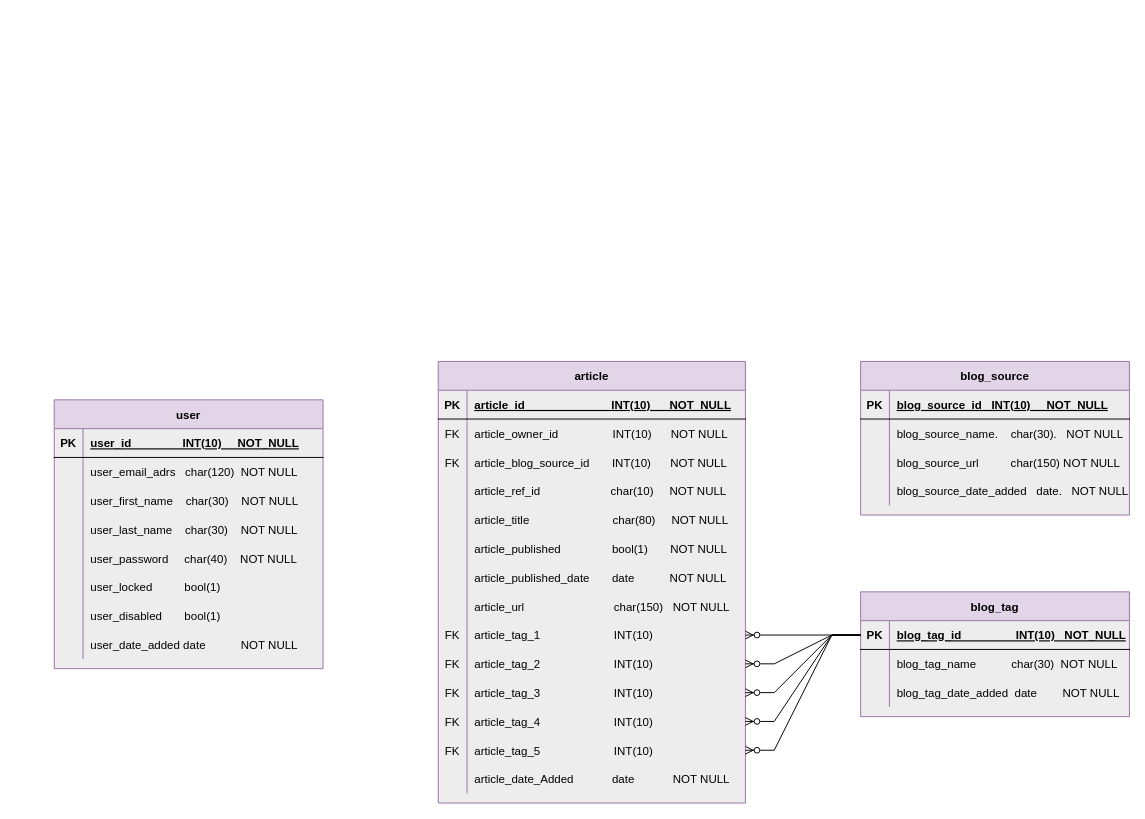
Above: development_docs/003-db-design.drawio in York13Pud/python-project-dev-to-stats (draw.io), before the change. Source tidied: cells renumbered, new cells numbered last; positions are measured from the earlier drawing's top-left corner, leaving out a move shared by most shapes. Both pictures are drawn from the tidied source at 96%, with x=0, y=0 at pixel (54, 361).
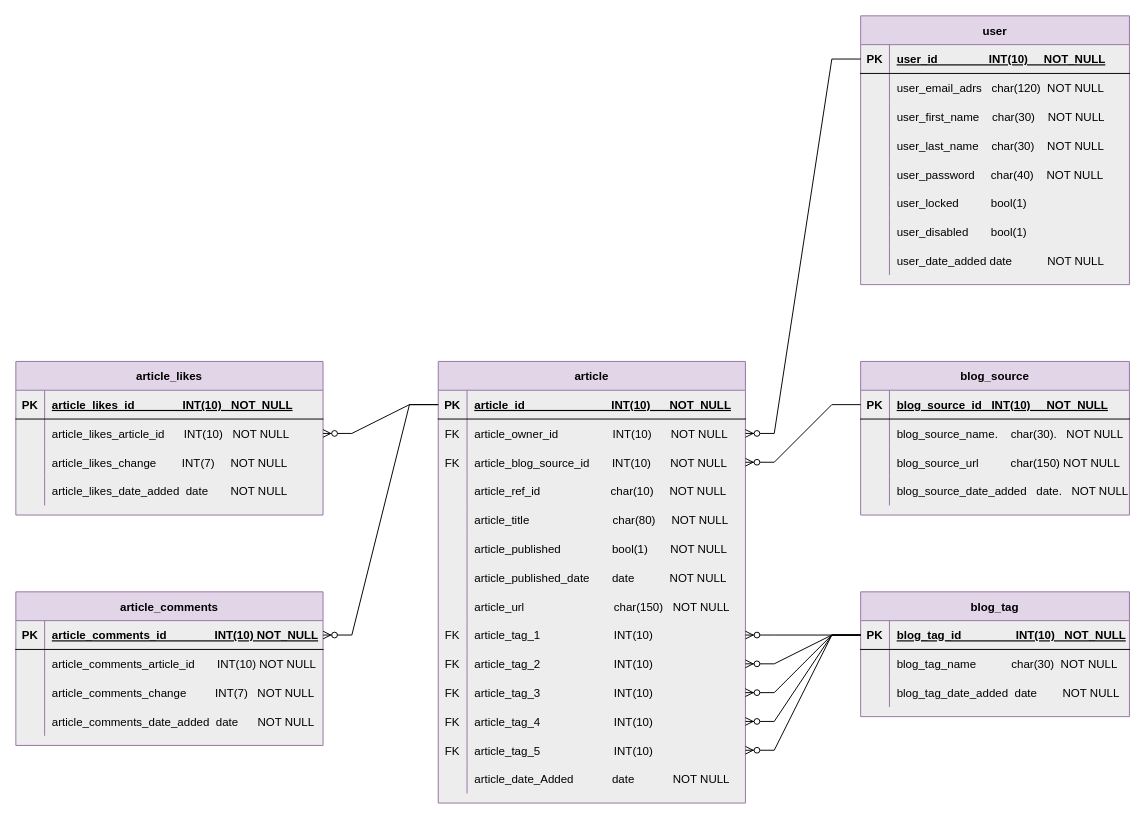
After the change.

Commit message:
Updated database ERD.

The change refers to these unchanged cells:
```xml
<mxCell id="3" style="shape=partialRectangle;fillColor=none;points=[[0,0.5],[1,0.5]];portConstraint=eastwest;top=0;left=0;right=0;bottom=1;" parent="2" vertex="1">
  <mxGeometry y="30" width="280" height="30" as="geometry" />
</mxCell>
<mxCell id="28" style="shape=partialRectangle;fillColor=none;points=[[0,0.5],[1,0.5]];portConstraint=eastwest;top=0;left=0;right=0;bottom=1;" parent="27" vertex="1">
  <mxGeometry y="30" width="320" height="30" as="geometry" />
</mxCell>
<mxCell id="31" style="shape=tableRow;horizontal=0;startSize=0;swimlaneHead=0;swimlaneBody=0;fillColor=none;points=[[0,0.5],[1,0.5]];portConstraint=eastwest;top=0;left=0;right=0;bottom=0;" parent="27" vertex="1">
  <mxGeometry y="60" width="320" height="30" as="geometry" />
</mxCell>
<mxCell id="34" style="shape=partialRectangle;fillColor=none;points=[[0,0.5],[1,0.5]];portConstraint=eastwest;top=0;left=0;right=0;bottom=0;" parent="27" vertex="1">
  <mxGeometry y="90" width="320" height="30" as="geometry" />
</mxCell>
<mxCell id="71" style="shape=partialRectangle;fillColor=none;points=[[0,0.5],[1,0.5]];portConstraint=eastwest;top=0;left=0;right=0;bottom=1;" parent="70" vertex="1">
  <mxGeometry y="30" width="280" height="30" as="geometry" />
</mxCell>
```

Change to the diagram source:
```diff
@@
     <mxCell id="2" value="user" style="shape=table;startSize=30;childLayout=tableLayout;rowLines=0;fontStyle=1;align=center;fillColor=#e1d5e7;strokeColor=#9673a6;swimlaneFillColor=#EDEDED;" parent="1" vertex="1">
-      <mxGeometry y="40" width="280" height="280" as="geometry" />
+      <mxGeometry x="840" y="-360" width="280" height="280" as="geometry" />
     </mxCell>
@@
+    <mxCell id="98" style="edgeStyle=entityRelationEdgeStyle;fontSize=12;html=1;endArrow=ERzeroToMany;endFill=1;rounded=0;exitX=0;exitY=0.5;exitDx=0;exitDy=0;entryX=1;entryY=0.5;entryDx=0;entryDy=0;" parent="1" edge="1" source="3" target="31">
+      <mxGeometry relative="1" as="geometry" />
+    </mxCell>
+    <mxCell id="99" style="edgeStyle=entityRelationEdgeStyle;fontSize=12;html=1;endArrow=ERzeroToMany;endFill=1;rounded=0;exitX=0;exitY=0.5;exitDx=0;exitDy=0;entryX=1;entryY=0.5;entryDx=0;entryDy=0;" parent="1" edge="1" source="71" target="34">
+      <mxGeometry relative="1" as="geometry" />
+    </mxCell>
+    <mxCell id="100" value="article_likes" style="shape=table;startSize=30;childLayout=tableLayout;rowLines=0;fontStyle=1;align=center;fillColor=#e1d5e7;strokeColor=#9673a6;swimlaneFillColor=#EDEDED;" parent="1" vertex="1">
+      <mxGeometry x="-40" width="320" height="160" as="geometry" />
+    </mxCell>
+    <mxCell id="101" style="shape=partialRectangle;fillColor=none;top=0;left=0;right=0;bottom=1;" parent="100" vertex="1">
+      <mxGeometry y="30" width="320" height="30" as="geometry" />
+    </mxCell>
+    <mxCell id="102" value="PK" style="shape=partialRectangle;overflow=hidden;fillColor=none;top=0;left=0;bottom=0;right=0;fontStyle=1;" parent="101" vertex="1">
+      <mxGeometry width="30" height="30" as="geometry" />
+    </mxCell>
+    <mxCell id="103" value="article_likes_id               INT(10)   NOT_NULL" style="shape=partialRectangle;overflow=hidden;fillColor=none;top=0;left=0;bottom=0;right=0;align=left;spacingLeft=6;fontStyle=5;" parent="101" vertex="1">
+      <mxGeometry x="30" width="290" height="30" as="geometry" />
+    </mxCell>
+    <mxCell id="104" style="shape=partialRectangle;fillColor=none;points=[[0,0.5],[1,0.5]];portConstraint=eastwest;top=0;left=0;right=0;bottom=0;" parent="100" vertex="1">
+      <mxGeometry y="60" width="320" height="30" as="geometry" />
+    </mxCell>
+    <mxCell id="105" style="shape=partialRectangle;overflow=hidden;fillColor=none;top=0;left=0;bottom=0;right=0;" parent="104" vertex="1">
+      <mxGeometry width="30" height="30" as="geometry" />
+    </mxCell>
+    <mxCell id="106" value="article_likes_article_id      INT(10)   NOT NULL" style="shape=partialRectangle;overflow=hidden;fillColor=none;top=0;left=0;bottom=0;right=0;align=left;spacingLeft=6;" parent="104" vertex="1">
+      <mxGeometry x="30" width="290" height="30" as="geometry" />
+    </mxCell>
+    <mxCell id="107" style="shape=tableRow;horizontal=0;startSize=0;swimlaneHead=0;swimlaneBody=0;fillColor=none;top=0;left=0;right=0;bottom=0;" parent="100" vertex="1">
+      <mxGeometry y="90" width="320" height="30" as="geometry" />
+    </mxCell>
+    <mxCell id="108" style="shape=partialRectangle;fillColor=none;top=0;left=0;bottom=0;right=0;overflow=hidden;" parent="107" vertex="1">
+      <mxGeometry width="30" height="30" as="geometry" />
+    </mxCell>
+    <mxCell id="109" value="article_likes_change        INT(7)     NOT NULL" style="shape=partialRectangle;fillColor=none;top=0;left=0;bottom=0;right=0;align=left;spacingLeft=6;overflow=hidden;" parent="107" vertex="1">
+      <mxGeometry x="30" width="290" height="30" as="geometry" />
+    </mxCell>
+    <mxCell id="110" style="shape=tableRow;horizontal=0;startSize=0;swimlaneHead=0;swimlaneBody=0;fillColor=none;top=0;left=0;right=0;bottom=0;" parent="100" vertex="1">
+      <mxGeometry y="120" width="320" height="30" as="geometry" />
+    </mxCell>
+    <mxCell id="111" style="shape=partialRectangle;fillColor=none;top=0;left=0;bottom=0;right=0;overflow=hidden;" parent="110" vertex="1">
+      <mxGeometry width="30" height="30" as="geometry" />
+    </mxCell>
+    <mxCell id="112" value="article_likes_date_added  date       NOT NULL" style="shape=partialRectangle;fillColor=none;top=0;left=0;bottom=0;right=0;align=left;spacingLeft=6;overflow=hidden;" parent="110" vertex="1">
+      <mxGeometry x="30" width="290" height="30" as="geometry" />
+    </mxCell>
+    <mxCell id="113" value="article_comments" style="shape=table;startSize=30;childLayout=tableLayout;rowLines=0;fontStyle=1;align=center;fillColor=#e1d5e7;strokeColor=#9673a6;swimlaneFillColor=#EDEDED;" parent="1" vertex="1">
+      <mxGeometry x="-40" y="240" width="320" height="160" as="geometry" />
+    </mxCell>
+    <mxCell id="114" style="shape=partialRectangle;fillColor=none;points=[[0,0.5],[1,0.5]];portConstraint=eastwest;top=0;left=0;right=0;bottom=1;" parent="113" vertex="1">
+      <mxGeometry y="30" width="320" height="30" as="geometry" />
+    </mxCell>
+    <mxCell id="115" value="PK" style="shape=partialRectangle;overflow=hidden;fillColor=none;top=0;left=0;bottom=0;right=0;fontStyle=1;" parent="114" vertex="1">
+      <mxGeometry width="30" height="30" as="geometry" />
+    </mxCell>
+    <mxCell id="116" value="article_comments_id               INT(10) NOT_NULL" style="shape=partialRectangle;overflow=hidden;fillColor=none;top=0;left=0;bottom=0;right=0;align=left;spacingLeft=6;fontStyle=5;" parent="114" vertex="1">
+      <mxGeometry x="30" width="290" height="30" as="geometry" />
+    </mxCell>
+    <mxCell id="117" style="shape=partialRectangle;fillColor=none;top=0;left=0;right=0;bottom=0;" parent="113" vertex="1">
+      <mxGeometry y="60" width="320" height="30" as="geometry" />
+    </mxCell>
+    <mxCell id="118" style="shape=partialRectangle;overflow=hidden;fillColor=none;top=0;left=0;bottom=0;right=0;" parent="117" vertex="1">
+      <mxGeometry width="30" height="30" as="geometry" />
+    </mxCell>
+    <mxCell id="119" value="article_comments_article_id       INT(10) NOT NULL" style="shape=partialRectangle;overflow=hidden;fillColor=none;top=0;left=0;bottom=0;right=0;align=left;spacingLeft=6;" parent="117" vertex="1">
+      <mxGeometry x="30" width="290" height="30" as="geometry" />
+    </mxCell>
+    <mxCell id="120" style="shape=tableRow;horizontal=0;startSize=0;swimlaneHead=0;swimlaneBody=0;fillColor=none;top=0;left=0;right=0;bottom=0;" parent="113" vertex="1">
+      <mxGeometry y="90" width="320" height="30" as="geometry" />
+    </mxCell>
+    <mxCell id="121" style="shape=partialRectangle;fillColor=none;top=0;left=0;bottom=0;right=0;overflow=hidden;" parent="120" vertex="1">
+      <mxGeometry width="30" height="30" as="geometry" />
+    </mxCell>
+    <mxCell id="122" value="article_comments_change         INT(7)   NOT NULL" style="shape=partialRectangle;fillColor=none;top=0;left=0;bottom=0;right=0;align=left;spacingLeft=6;overflow=hidden;" parent="120" vertex="1">
+      <mxGeometry x="30" width="290" height="30" as="geometry" />
+    </mxCell>
+    <mxCell id="123" style="shape=tableRow;horizontal=0;startSize=0;swimlaneHead=0;swimlaneBody=0;fillColor=none;top=0;left=0;right=0;bottom=0;" parent="113" vertex="1">
+      <mxGeometry y="120" width="320" height="30" as="geometry" />
+    </mxCell>
+    <mxCell id="124" style="shape=partialRectangle;fillColor=none;top=0;left=0;bottom=0;right=0;overflow=hidden;" parent="123" vertex="1">
+      <mxGeometry width="30" height="30" as="geometry" />
+    </mxCell>
+    <mxCell id="125" value="article_comments_date_added  date      NOT NULL" style="shape=partialRectangle;fillColor=none;top=0;left=0;bottom=0;right=0;align=left;spacingLeft=6;overflow=hidden;" parent="123" vertex="1">
+      <mxGeometry x="30" width="290" height="30" as="geometry" />
+    </mxCell>
+    <mxCell id="126" style="edgeStyle=entityRelationEdgeStyle;fontSize=12;html=1;endArrow=ERzeroToMany;endFill=1;rounded=0;exitX=0;exitY=0.5;exitDx=0;exitDy=0;entryX=1;entryY=0.5;entryDx=0;entryDy=0;" parent="1" edge="1" source="28" target="114">
+      <mxGeometry relative="1" as="geometry" />
+    </mxCell>
+    <mxCell id="127" style="edgeStyle=entityRelationEdgeStyle;fontSize=12;html=1;endArrow=ERzeroToMany;endFill=1;rounded=0;exitX=0;exitY=0.5;exitDx=0;exitDy=0;entryX=1;entryY=0.5;entryDx=0;entryDy=0;" parent="1" edge="1" source="28" target="104">
+      <mxGeometry relative="1" as="geometry" />
+    </mxCell>
```
